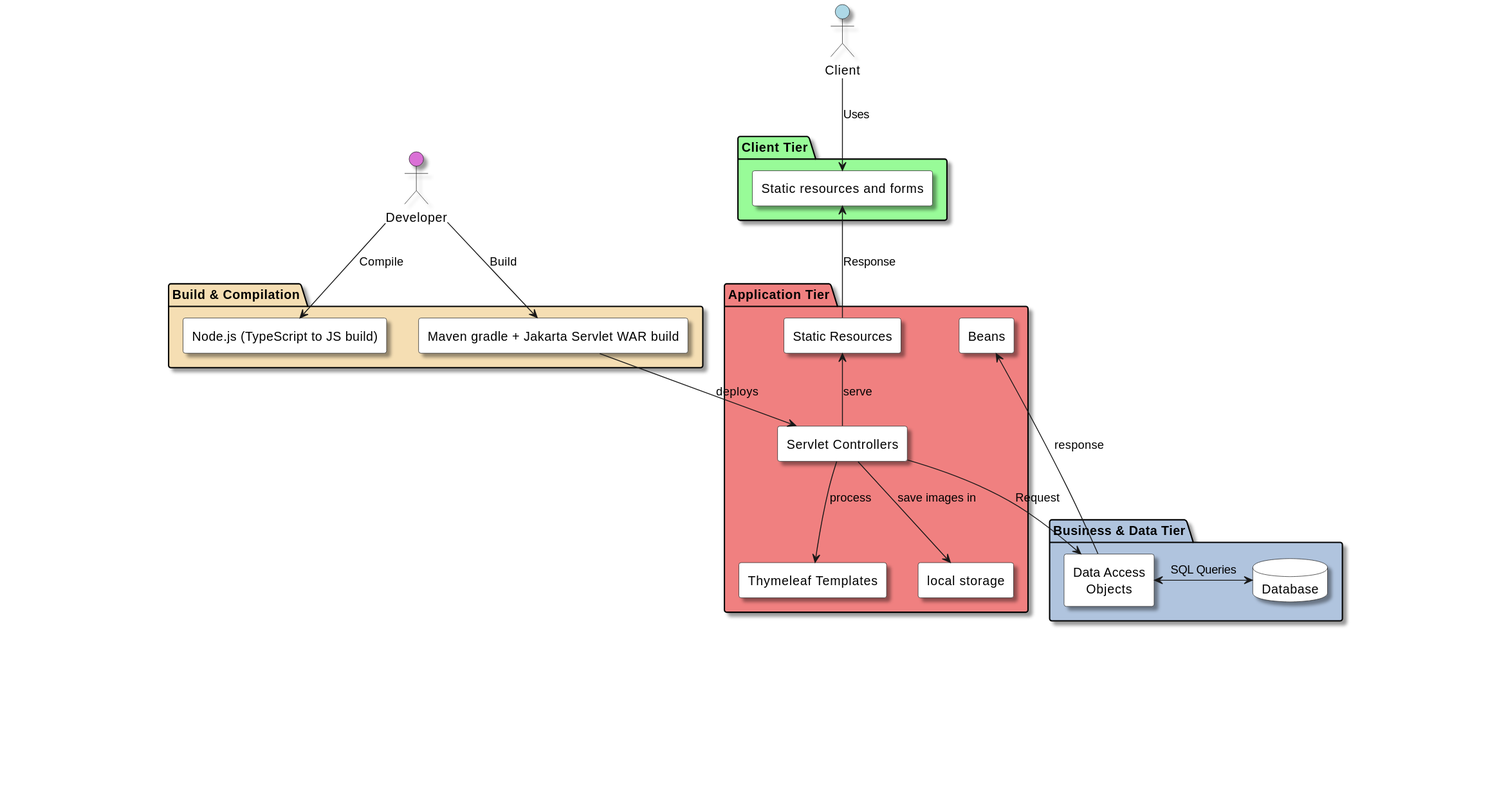
This is docs/presentation/out/architecture.svg from frephs/polimi-TIW, a PlantUML export, as it was before one commit. Its diagram source:
```plantuml
@startuml
skinparam shadowing true
skinparam componentStyle rectangle
skinparam defaultTextAlignment center

actor Developer as Dev #orchid
actor Client as C #lightblue


package "Build & Compilation" #wheat {
    component "Node.js (TypeScript to JS build)" as NODE #white
    component "Maven gradle + Jakarta Servlet WAR build" as WAR #white
}

Dev --> NODE: Compile
Dev --> WAR: Build

package "Client Tier" #palegreen {
    component "Static resources and forms" as CCT #white

}


C --> CCT : Uses



package "Application Tier" #lightcoral {
    component "Servlet Controllers" as CT #white
    component "Thymeleaf Templates" as TT #white
    component "Beans" as B #white
    component "Static Resources" as STATIC #white
    component "local storage" as SS #white
}
WAR -down-> CT : deploys
CT -down-> SS : save images in


STATIC -up-> CCT : Response

CT -down-> TT : process
CT -up-> STATIC : serve
package "Business & Data Tier" #lightsteelblue {
    component "Data Access\nObjects" as DAO #white
    database "Database" as DB #white
}

CT -down-> DAO : Request
DAO <-right-> DB : SQL Queries
DAO -left-> B : response
@enduml
```
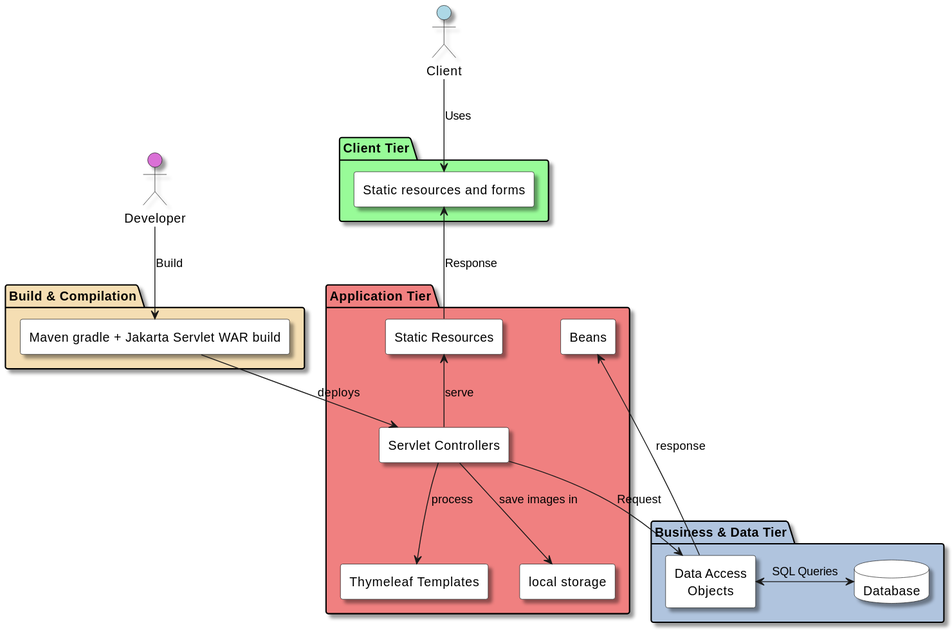
The same diagram one commit later.

Diff of the diagram source:
```diff
@@ -8,11 +8,9 @@
 
 
 package "Build & Compilation" #wheat {
-    component "Node.js (TypeScript to JS build)" as NODE #white
     component "Maven gradle + Jakarta Servlet WAR build" as WAR #white
 }
 
-Dev --> NODE: Compile
 Dev --> WAR: Build
 
 package "Client Tier" #palegreen {
```
